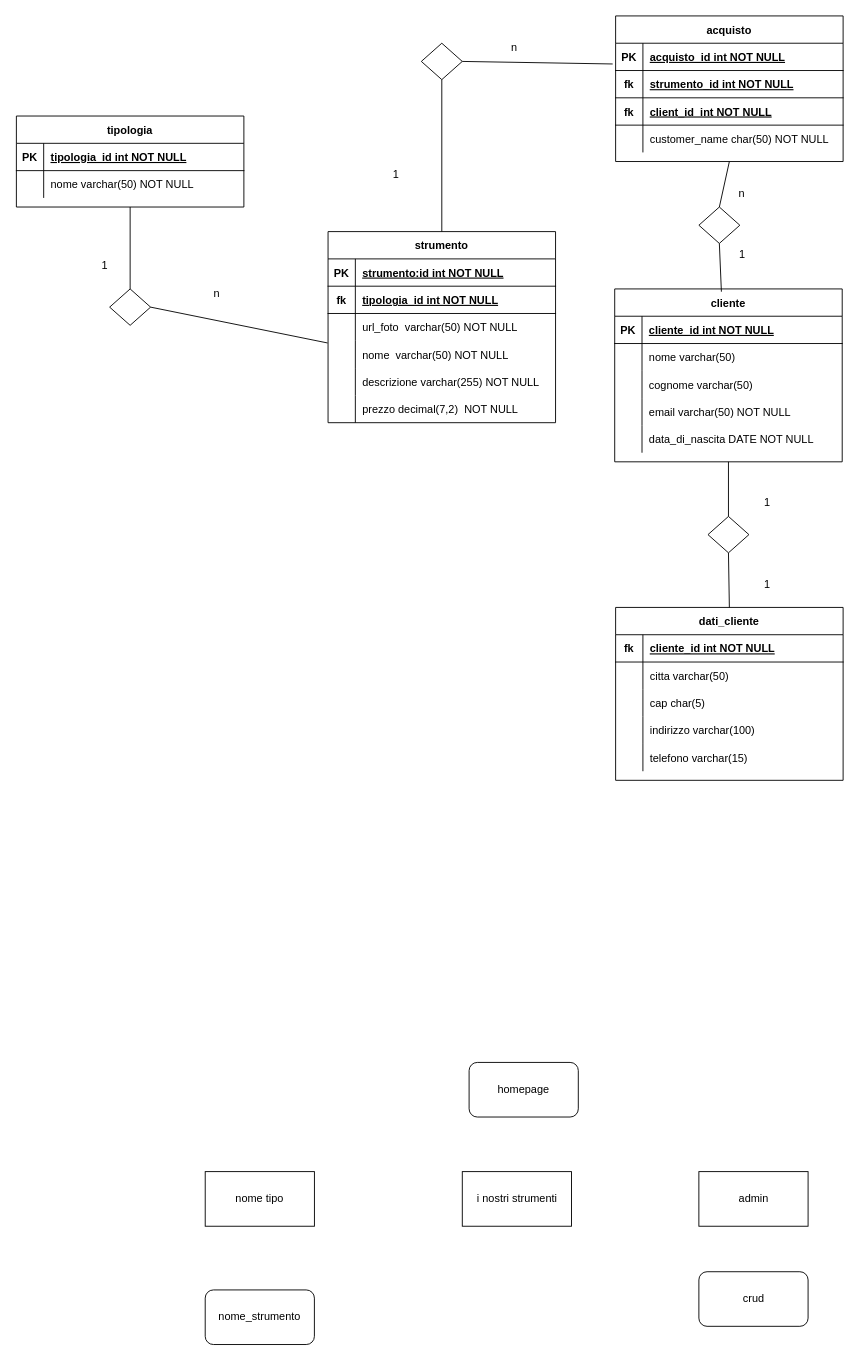
Before: digrammaER_3.drawio in YassineQaanabou/project-work-music-shop, a draw.io diagram. Source tidied: cells renumbered, new cells numbered last; positions are measured from the earlier drawing's top-left corner, leaving out a move shared by most shapes. Both pictures are drawn from the tidied source at 91%, with x=0, y=0 at pixel (15, 15).
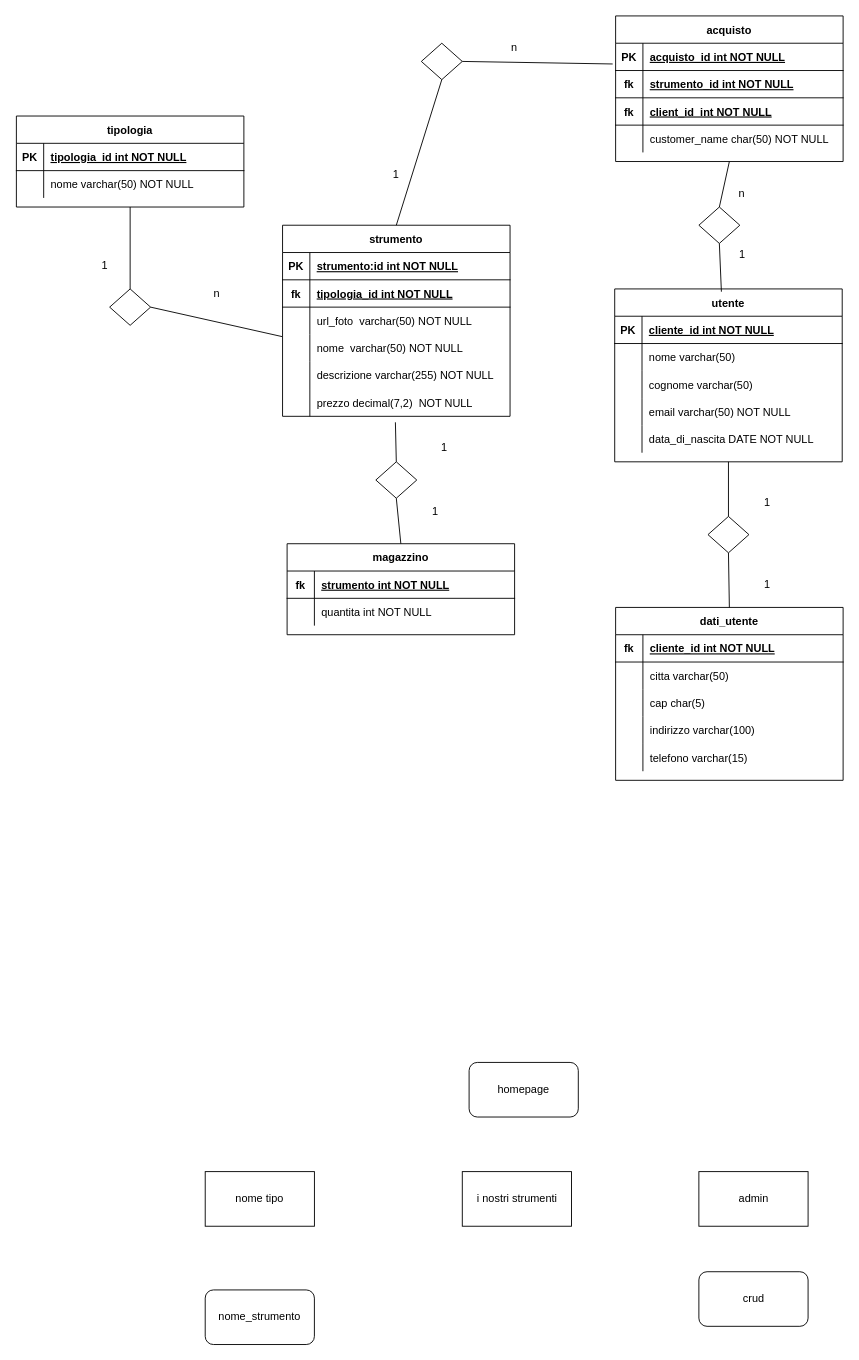
The same diagram, later.

Commit message (it also covers changes not shown here):
creazione utente e dati utente e acquisto controller

The change refers to these unchanged cells:
```xml
<mxCell id="18" style="shape=partialRectangle;fillColor=none;points=[[0,0.5],[1,0.5]];portConstraint=eastwest;top=0;left=0;right=0;bottom=0;" parent="2" vertex="1">
  <mxGeometry y="180" width="250" height="30" as="geometry" />
</mxCell>
```

Diff of the diagram source:
```diff
@@
     <mxCell id="2" value="strumento" style="shape=table;startSize=30;childLayout=tableLayout;rowLines=0;fontStyle=1;align=center;" parent="1" vertex="1">
-      <mxGeometry x="343" y="237" width="250" height="210" as="geometry" />
+      <mxGeometry x="293" y="230" width="250" height="210" as="geometry" />
     </mxCell>
@@
-    <mxCell id="28" value="cliente" style="shape=table;startSize=30;childLayout=tableLayout;rowLines=0;fontStyle=1;align=center;" parent="1" vertex="1">
+    <mxCell id="28" value="utente" style="shape=table;startSize=30;childLayout=tableLayout;rowLines=0;fontStyle=1;align=center;" parent="1" vertex="1">
       <mxGeometry x="658" y="300" width="250" height="190" as="geometry" />
     </mxCell>
@@
-    <mxCell id="72" value="dati_cliente" style="shape=table;startSize=30;childLayout=tableLayout;rowLines=0;fontStyle=1;align=center;" parent="1" vertex="1">
+    <mxCell id="72" value="dati_utente" style="shape=table;startSize=30;childLayout=tableLayout;rowLines=0;fontStyle=1;align=center;" parent="1" vertex="1">
       <mxGeometry x="659" y="650" width="250" height="190" as="geometry" />
     </mxCell>
@@
+    <mxCell id="99" value="magazzino" style="shape=table;startSize=30;childLayout=tableLayout;rowLines=0;fontStyle=1;align=center;" parent="1" vertex="1">
+      <mxGeometry x="298" y="580" width="250" height="100" as="geometry" />
+    </mxCell>
+    <mxCell id="100" style="shape=partialRectangle;fillColor=none;top=0;left=0;right=0;bottom=1;" parent="99" vertex="1">
+      <mxGeometry y="30" width="250" height="30" as="geometry" />
+    </mxCell>
+    <mxCell id="101" value="fk" style="shape=partialRectangle;overflow=hidden;fillColor=none;top=0;left=0;bottom=0;right=0;fontStyle=1;" parent="100" vertex="1">
+      <mxGeometry width="30" height="30" as="geometry" />
+    </mxCell>
+    <mxCell id="102" value="strumento int NOT NULL " style="shape=partialRectangle;overflow=hidden;fillColor=none;top=0;left=0;bottom=0;right=0;align=left;spacingLeft=6;fontStyle=5;" parent="100" vertex="1">
+      <mxGeometry x="30" width="220" height="30" as="geometry" />
+    </mxCell>
+    <mxCell id="103" style="shape=partialRectangle;fillColor=none;top=0;left=0;right=0;bottom=0;" parent="99" vertex="1">
+      <mxGeometry y="60" width="250" height="30" as="geometry" />
+    </mxCell>
+    <mxCell id="104" style="shape=partialRectangle;overflow=hidden;fillColor=none;top=0;left=0;bottom=0;right=0;" parent="103" vertex="1">
+      <mxGeometry width="30" height="30" as="geometry" />
+    </mxCell>
+    <mxCell id="105" value="quantita int NOT NULL" style="shape=partialRectangle;overflow=hidden;fillColor=none;top=0;left=0;bottom=0;right=0;align=left;spacingLeft=6;" parent="103" vertex="1">
+      <mxGeometry x="30" width="220" height="30" as="geometry" />
+    </mxCell>
+    <mxCell id="106" style="rhombus;whiteSpace=wrap;html=1;" parent="1" vertex="1">
+      <mxGeometry x="395.5" y="490" width="45" height="40" as="geometry" />
+    </mxCell>
+    <mxCell id="107" style="endArrow=none;html=1;rounded=0;exitX=0.5;exitY=0;exitDx=0;exitDy=0;entryX=0.496;entryY=1.219;entryDx=0;entryDy=0;entryPerimeter=0;" parent="1" edge="1" source="106" target="18">
+      <mxGeometry relative="1" as="geometry" />
+    </mxCell>
+    <mxCell id="108" style="endArrow=none;html=1;rounded=0;exitX=0.5;exitY=1;exitDx=0;exitDy=0;entryX=0.5;entryY=0;entryDx=0;entryDy=0;" parent="1" edge="1" source="106" target="99">
+      <mxGeometry relative="1" as="geometry" />
+    </mxCell>
+    <mxCell id="109" value="1" style="text;html=1;strokeColor=none;fillColor=none;align=center;verticalAlign=middle;whiteSpace=wrap;rounded=0;" parent="1" vertex="1">
+      <mxGeometry x="430.5" y="530" width="60" height="30" as="geometry" />
+    </mxCell>
+    <mxCell id="110" value="1" style="text;html=1;strokeColor=none;fillColor=none;align=center;verticalAlign=middle;whiteSpace=wrap;rounded=0;" parent="1" vertex="1">
+      <mxGeometry x="440.5" y="460" width="60" height="30" as="geometry" />
+    </mxCell>
```
